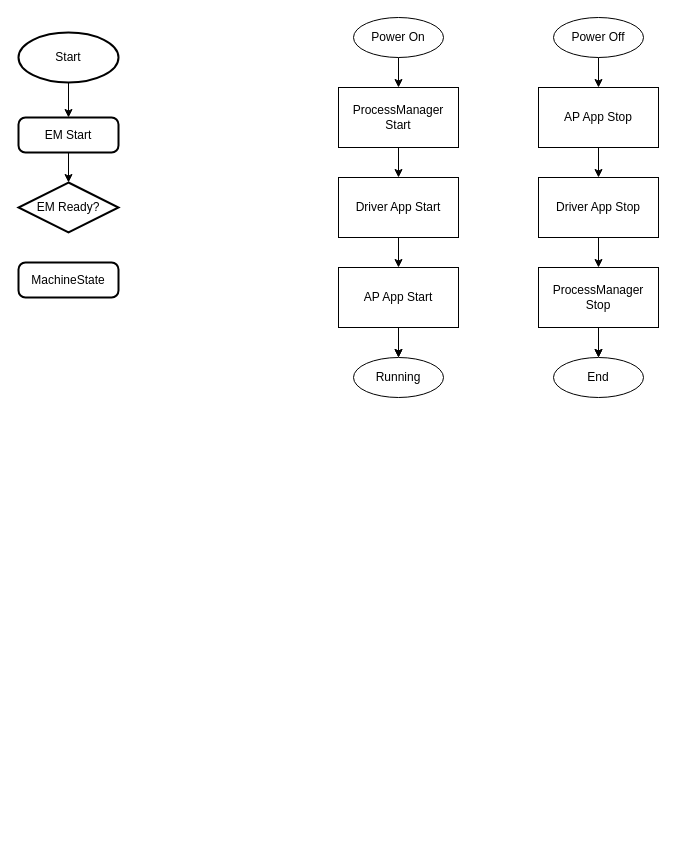
Before: page "EM" (1 of 3) of AP.drawio in hehenihao/chart, a draw.io diagram. Source tidied: cells renumbered, new cells numbered last; positions are measured from the earlier drawing's top-left corner, leaving out a move shared by most shapes. Both pictures are drawn from the tidied source at 100%, with x=0, y=0 at pixel (18, 17).
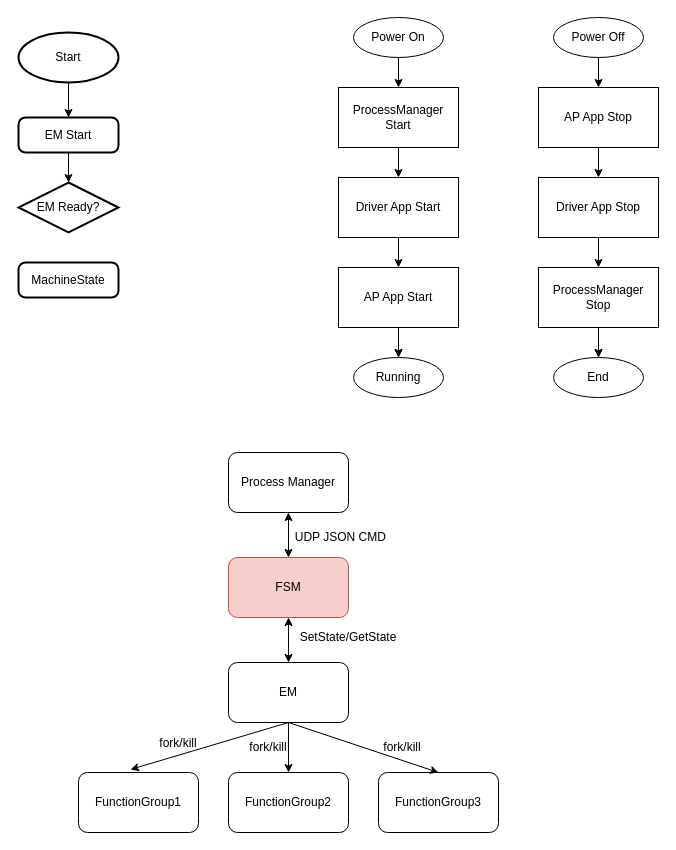
The same page after the edit.

The edit, as a diff of the source:
```diff
@@
+    <mxCell id="28" style="edgeStyle=orthogonalEdgeStyle;rounded=0;jettySize=auto;html=1;startArrow=classic;startFill=1;" parent="1" edge="1" source="29" target="34">
+      <mxGeometry relative="1" as="geometry" />
+    </mxCell>
+    <mxCell id="29" value="FSM" style="rounded=1;whiteSpace=wrap;html=1;fillColor=#f8cecc;strokeColor=#b85450;" parent="1" vertex="1">
+      <mxGeometry x="210" y="540" width="120" height="60" as="geometry" />
+    </mxCell>
+    <mxCell id="30" value="FunctionGroup1" style="rounded=1;whiteSpace=wrap;html=1;" parent="1" vertex="1">
+      <mxGeometry x="60" y="755" width="120" height="60" as="geometry" />
+    </mxCell>
+    <mxCell id="31" style="edgeStyle=orthogonalEdgeStyle;rounded=0;jettySize=auto;html=1;startArrow=classic;startFill=1;" parent="1" edge="1" source="32" target="29">
+      <mxGeometry relative="1" as="geometry" />
+    </mxCell>
+    <mxCell id="32" value="Process Manager" style="rounded=1;whiteSpace=wrap;html=1;" parent="1" vertex="1">
+      <mxGeometry x="210" y="435" width="120" height="60" as="geometry" />
+    </mxCell>
+    <mxCell id="33" style="edgeStyle=orthogonalEdgeStyle;rounded=0;jettySize=auto;html=1;" parent="1" edge="1" source="34" target="35">
+      <mxGeometry relative="1" as="geometry" />
+    </mxCell>
+    <mxCell id="34" value="EM" style="rounded=1;whiteSpace=wrap;html=1;" parent="1" vertex="1">
+      <mxGeometry x="210" y="645" width="120" height="60" as="geometry" />
+    </mxCell>
+    <mxCell id="35" value="FunctionGroup2" style="rounded=1;whiteSpace=wrap;html=1;" parent="1" vertex="1">
+      <mxGeometry x="210" y="755" width="120" height="60" as="geometry" />
+    </mxCell>
+    <mxCell id="36" value="FunctionGroup3" style="rounded=1;whiteSpace=wrap;html=1;" parent="1" vertex="1">
+      <mxGeometry x="360" y="755" width="120" height="60" as="geometry" />
+    </mxCell>
+    <mxCell id="37" style="endArrow=classic;html=1;rounded=0;exitX=0.5;exitY=1;exitDx=0;exitDy=0;entryX=0.5;entryY=0;entryDx=0;entryDy=0;" parent="1" edge="1" source="34" target="36">
+      <mxGeometry relative="1" as="geometry" />
+    </mxCell>
+    <mxCell id="38" style="endArrow=classic;html=1;rounded=0;exitX=0.5;exitY=1;exitDx=0;exitDy=0;entryX=0.433;entryY=-0.05;entryDx=0;entryDy=0;entryPerimeter=0;" parent="1" edge="1" source="34" target="30">
+      <mxGeometry relative="1" as="geometry" />
+    </mxCell>
+    <mxCell id="39" value="SetState/GetState" style="text;html=1;strokeColor=none;fillColor=none;align=center;verticalAlign=middle;whiteSpace=wrap;rounded=0;" parent="1" vertex="1">
+      <mxGeometry x="300" y="605" width="60" height="30" as="geometry" />
+    </mxCell>
+    <mxCell id="40" value="UDP JSON CMD&amp;nbsp;" style="text;html=1;strokeColor=none;fillColor=none;align=center;verticalAlign=middle;whiteSpace=wrap;rounded=0;" parent="1" vertex="1">
+      <mxGeometry x="269" y="505" width="110" height="30" as="geometry" />
+    </mxCell>
+    <mxCell id="41" value="fork/kill" style="text;html=1;strokeColor=none;fillColor=none;align=center;verticalAlign=middle;whiteSpace=wrap;rounded=0;" parent="1" vertex="1">
+      <mxGeometry x="354" y="715" width="60" height="30" as="geometry" />
+    </mxCell>
+    <mxCell id="42" value="fork/kill" style="text;html=1;strokeColor=none;fillColor=none;align=center;verticalAlign=middle;whiteSpace=wrap;rounded=0;" parent="1" vertex="1">
+      <mxGeometry x="130" y="711" width="60" height="30" as="geometry" />
+    </mxCell>
+    <mxCell id="43" value="fork/kill" style="text;html=1;strokeColor=none;fillColor=none;align=center;verticalAlign=middle;whiteSpace=wrap;rounded=0;" parent="1" vertex="1">
+      <mxGeometry x="220" y="715" width="60" height="30" as="geometry" />
+    </mxCell>
```
